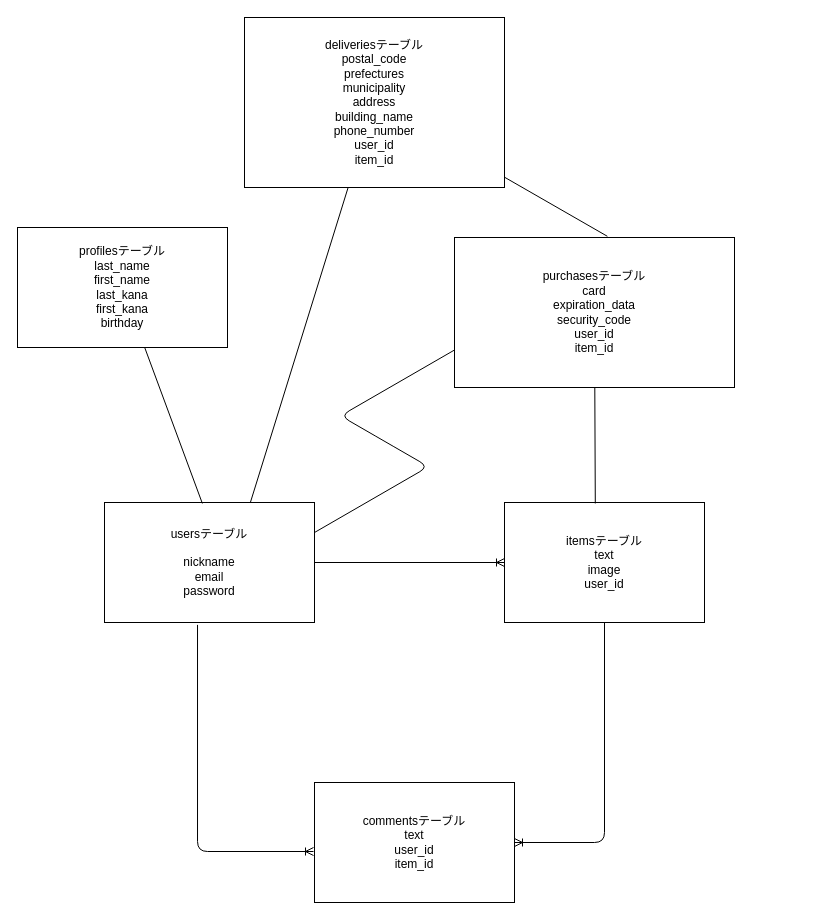
Before: furima-31613.dio in ksk-k/furima-31613, a draw.io diagram. Source tidied: cells renumbered, new cells numbered last; positions are measured from the earlier drawing's top-left corner, leaving out a move shared by most shapes. Both pictures are drawn from the tidied source at 100%, with x=0, y=0 at pixel (17, 17).
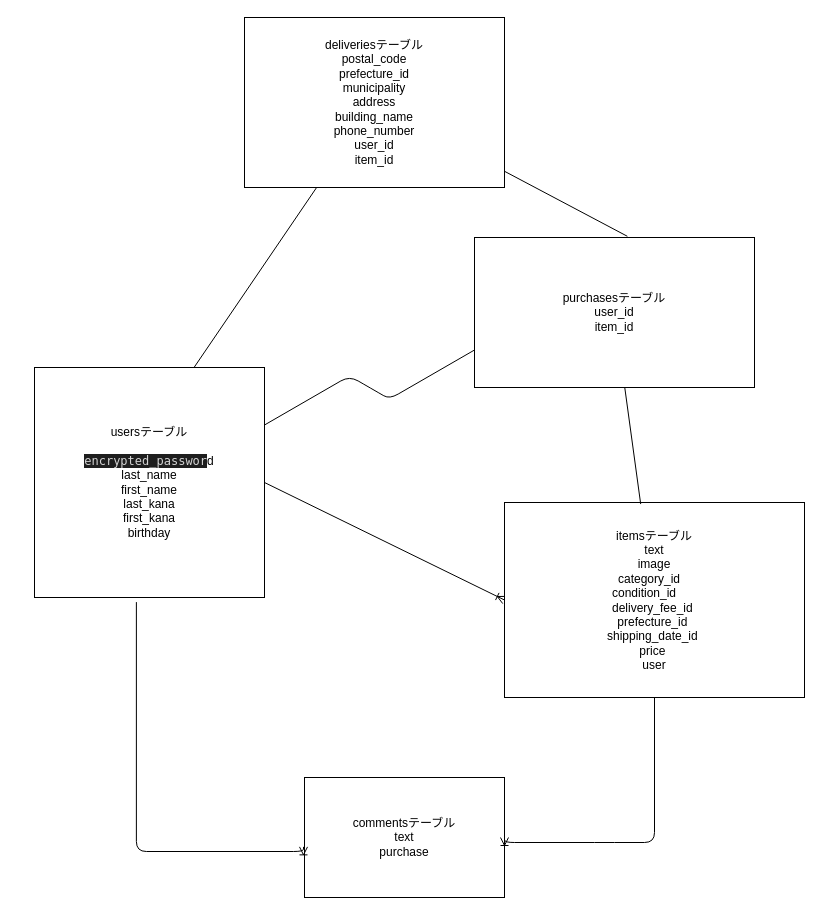
The same diagram, later.

Commit message (it also covers changes not shown here):
データベース設計コメントに対する変更2

What changed in the source:
```diff
@@
 <mxGraphModel>
   <root>
     <mxCell id="0" />
     <mxCell id="1" parent="0" />
     <mxCell id="2" style="edgeStyle=none;rounded=0;jettySize=auto;html=1;exitX=1;exitY=0.5;exitDx=0;exitDy=0;entryX=0;entryY=0.5;entryDx=0;entryDy=0;endArrow=ERoneToMany;endFill=0;strokeWidth=1;" parent="1" edge="1" source="3" target="4">
       <mxGeometry relative="1" as="geometry" />
     </mxCell>
-    <mxCell id="3" value="usersテーブル&lt;br&gt;&lt;br&gt;nickname&lt;br&gt;email&lt;br&gt;password&lt;br&gt;" style="whiteSpace=wrap;html=1;" parent="1" vertex="1">
-      <mxGeometry x="87" y="485" width="210" height="120" as="geometry" />
+    <mxCell id="3" value="usersテーブル&lt;br&gt;&lt;br&gt;&lt;span style=&quot;background-color: rgb(30 , 30 , 30) ; color: rgb(212 , 212 , 212) ; font-family: &amp;#34;menlo&amp;#34; , &amp;#34;monaco&amp;#34; , &amp;#34;courier new&amp;#34; , monospace&quot;&gt;encrypted_passwor&lt;/span&gt;d&lt;br&gt;last_name&lt;br&gt;first_name&lt;br&gt;last_kana&lt;br&gt;first_kana&lt;br&gt;birthday" style="whiteSpace=wrap;html=1;" parent="1" vertex="1">
+      <mxGeometry x="17" y="350" width="230" height="230" as="geometry" />
     </mxCell>
-    <mxCell id="4" value="itemsテーブル&lt;br&gt;text&lt;br&gt;image&lt;br&gt;user_id" style="whiteSpace=wrap;html=1;" parent="1" vertex="1">
-      <mxGeometry x="487" y="485" width="200" height="120" as="geometry" />
+    <mxCell id="4" value="itemsテーブル&lt;br&gt;text&lt;br&gt;image&lt;br&gt;&lt;div&gt;category_id&amp;nbsp; &amp;nbsp;&lt;/div&gt;&lt;div&gt;condition_id&amp;nbsp; &amp;nbsp; &amp;nbsp;&amp;nbsp;&lt;/div&gt;&lt;div&gt;delivery_fee_id&amp;nbsp;&lt;/div&gt;&lt;div&gt;prefecture_id&amp;nbsp;&lt;/div&gt;&lt;div&gt;shipping_date_id&amp;nbsp;&lt;/div&gt;&lt;div&gt;price&amp;nbsp;&lt;/div&gt;&lt;div&gt;user&lt;/div&gt;" style="whiteSpace=wrap;html=1;" parent="1" vertex="1">
+      <mxGeometry x="487" y="485" width="300" height="195" as="geometry" />
     </mxCell>
-    <mxCell id="5" value="commentsテーブル&lt;br&gt;text&lt;br&gt;user_id&lt;br&gt;item_id" style="whiteSpace=wrap;html=1;" parent="1" vertex="1">
-      <mxGeometry x="297" y="765" width="200" height="120" as="geometry" />
+    <mxCell id="5" value="commentsテーブル&lt;br&gt;text&lt;br&gt;purchase" style="whiteSpace=wrap;html=1;" parent="1" vertex="1">
+      <mxGeometry x="287" y="760" width="200" height="120" as="geometry" />
     </mxCell>
     <mxCell id="6" style="edgeStyle=segmentEdgeStyle;endArrow=ERoneToMany;html=1;strokeWidth=1;exitX=0.5;exitY=1;exitDx=0;exitDy=0;entryX=1;entryY=0.5;entryDx=0;entryDy=0;endFill=0;" parent="1" edge="1" source="4" target="5">
       <mxGeometry relative="1" as="geometry">
         <Array as="points">
           <mxPoint x="587" y="825" />
           <mxPoint x="497" y="825" />
         </Array>
       </mxGeometry>
     </mxCell>
     <mxCell id="7" style="edgeStyle=elbowEdgeStyle;elbow=vertical;endArrow=ERoneToMany;html=1;strokeWidth=1;entryX=-0.005;entryY=0.578;entryDx=0;entryDy=0;entryPerimeter=0;exitX=0.443;exitY=1.02;exitDx=0;exitDy=0;exitPerimeter=0;endFill=0;" parent="1" edge="1" source="3" target="5">
       <mxGeometry relative="1" as="geometry">
         <Array as="points">
           <mxPoint x="237" y="834" />
         </Array>
       </mxGeometry>
     </mxCell>
     <mxCell id="8" style="edgeStyle=none;rounded=0;jettySize=auto;html=1;entryX=0.454;entryY=0.008;entryDx=0;entryDy=0;entryPerimeter=0;endArrow=none;endFill=0;strokeWidth=1;" parent="1" edge="1" source="9" target="4">
       <mxGeometry relative="1" as="geometry" />
     </mxCell>
-    <mxCell id="9" value="purchasesテーブル&lt;br&gt;card&lt;br&gt;expiration_data&lt;br&gt;security_code&lt;br&gt;user_id&lt;br&gt;item_id" style="rounded=0;whiteSpace=wrap;html=1;" parent="1" vertex="1">
-      <mxGeometry x="437" y="220" width="280" height="150" as="geometry" />
+    <mxCell id="9" value="purchasesテーブル&lt;br&gt;user_id&lt;br&gt;item_id" style="rounded=0;whiteSpace=wrap;html=1;" parent="1" vertex="1">
+      <mxGeometry x="457" y="220" width="280" height="150" as="geometry" />
     </mxCell>
-    <mxCell id="10" style="edgeStyle=none;rounded=0;jettySize=auto;html=1;entryX=0.466;entryY=0.008;entryDx=0;entryDy=0;entryPerimeter=0;endArrow=none;endFill=0;strokeWidth=1;" parent="1" edge="1" source="11" target="3">
-      <mxGeometry relative="1" as="geometry" />
-    </mxCell>
-    <mxCell id="11" value="profilesテーブル&lt;br&gt;last_name&lt;br&gt;first_name&lt;br&gt;last_kana&lt;br&gt;first_kana&lt;br&gt;birthday" style="rounded=0;whiteSpace=wrap;html=1;" parent="1" vertex="1">
-      <mxGeometry y="210" width="210" height="120" as="geometry" />
-    </mxCell>
     <mxCell id="12" style="edgeStyle=isometricEdgeStyle;endArrow=none;html=1;strokeWidth=1;exitX=1;exitY=0.25;exitDx=0;exitDy=0;entryX=0;entryY=0.75;entryDx=0;entryDy=0;" parent="1" edge="1" source="3" target="9">
       <mxGeometry relative="1" as="geometry" />
     </mxCell>
     <mxCell id="13" style="edgeStyle=none;rounded=0;jettySize=auto;html=1;entryX=0.546;entryY=-0.008;entryDx=0;entryDy=0;entryPerimeter=0;endArrow=none;endFill=0;strokeWidth=1;" parent="1" edge="1" source="15" target="9">
       <mxGeometry relative="1" as="geometry" />
     </mxCell>
     <mxCell id="14" style="edgeStyle=none;rounded=0;jettySize=auto;html=1;entryX=0.695;entryY=-0.002;entryDx=0;entryDy=0;entryPerimeter=0;endArrow=none;endFill=0;strokeWidth=1;" parent="1" edge="1" source="15" target="3">
       <mxGeometry relative="1" as="geometry" />
     </mxCell>
-    <mxCell id="15" value="&lt;span&gt;deliveriesテーブル&lt;br&gt;postal_code&lt;/span&gt;&lt;br&gt;&lt;span&gt;prefectures&lt;/span&gt;&lt;br&gt;&lt;span&gt;municipality&lt;/span&gt;&lt;br&gt;&lt;span&gt;address&lt;/span&gt;&lt;br&gt;&lt;span&gt;building_name&lt;/span&gt;&lt;br&gt;&lt;span&gt;phone_number&lt;br&gt;user_id&lt;br&gt;item_id&lt;br&gt;&lt;/span&gt;" style="rounded=0;whiteSpace=wrap;html=1;" parent="1" vertex="1">
+    <mxCell id="15" value="&lt;span&gt;deliveriesテーブル&lt;br&gt;postal_code&lt;/span&gt;&lt;br&gt;&lt;span&gt;prefecture_id&lt;/span&gt;&lt;br&gt;&lt;span&gt;municipality&lt;/span&gt;&lt;br&gt;&lt;span&gt;address&lt;/span&gt;&lt;br&gt;&lt;span&gt;building_name&lt;/span&gt;&lt;br&gt;&lt;span&gt;phone_number&lt;br&gt;user_id&lt;br&gt;item_id&lt;br&gt;&lt;/span&gt;" style="rounded=0;whiteSpace=wrap;html=1;" parent="1" vertex="1">
       <mxGeometry x="227" width="260" height="170" as="geometry" />
     </mxCell>
   </root>
 </mxGraphModel>
```
